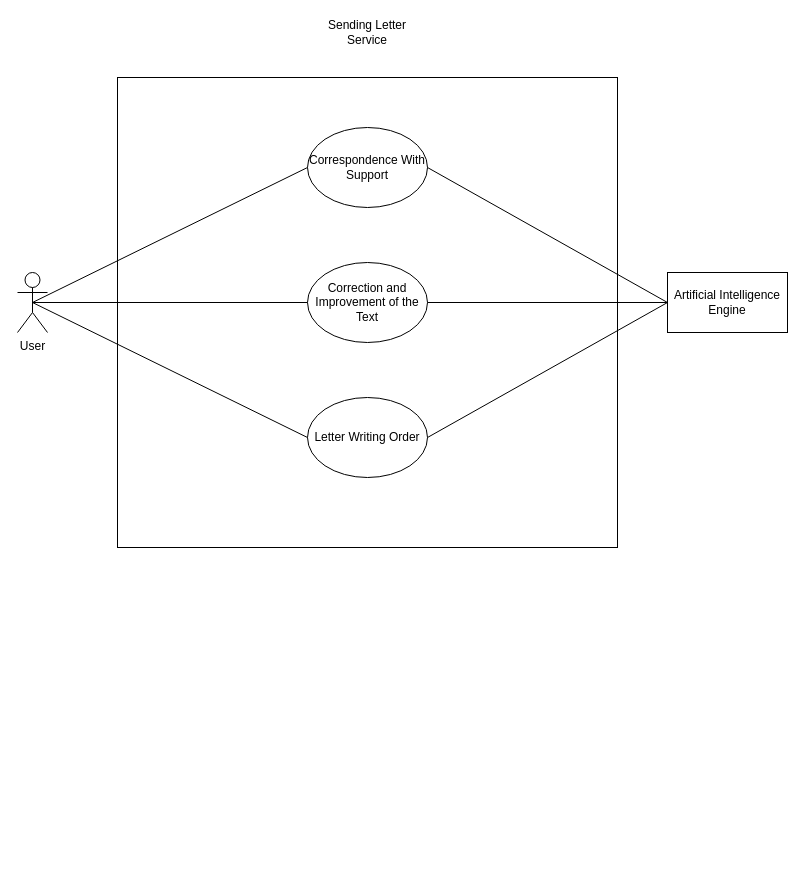
Before: use-case/letter.drawio in arsalanyavari/software-lab, a draw.io diagram. Source tidied: cells renumbered, new cells numbered last; positions are measured from the earlier drawing's top-left corner, leaving out a move shared by most shapes. Both pictures are drawn from the tidied source at 100%, with x=0, y=0 at pixel (17, 17).
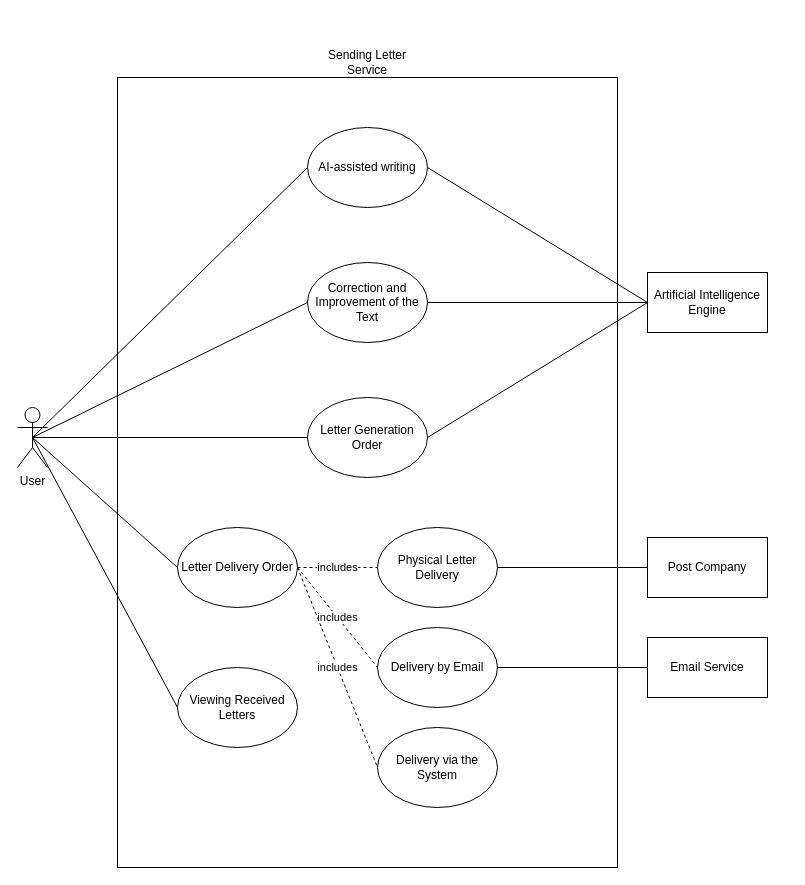
Above is the later version.

The edit, as a diff of the source:
```diff
@@
     <mxCell id="2" style="rounded=0;whiteSpace=wrap;html=1;" parent="1" vertex="1">
-      <mxGeometry x="100" y="60" width="500" height="470" as="geometry" />
+      <mxGeometry x="100" y="60" width="500" height="790" as="geometry" />
     </mxCell>
     <mxCell id="3" value="Sending Letter Service" style="text;html=1;strokeColor=none;fillColor=none;align=center;verticalAlign=middle;whiteSpace=wrap;rounded=0;" parent="1" vertex="1">
-      <mxGeometry x="300" width="100" height="30" as="geometry" />
+      <mxGeometry x="300" y="30" width="100" height="30" as="geometry" />
     </mxCell>
+    <mxCell id="15" style="rounded=0;jettySize=auto;html=1;entryX=0;entryY=0.5;entryDx=0;entryDy=0;endArrow=none;endFill=0;exitX=0.5;exitY=0.5;exitDx=0;exitDy=0;exitPerimeter=0;" parent="1" edge="1" source="4" target="20">
+      <mxGeometry relative="1" as="geometry" />
+    </mxCell>
+    <mxCell id="16" style="edgeStyle=none;rounded=0;jettySize=auto;html=1;exitX=0.5;exitY=0.5;exitDx=0;exitDy=0;exitPerimeter=0;entryX=0;entryY=0.5;entryDx=0;entryDy=0;endArrow=none;endFill=0;" parent="1" edge="1" source="4" target="24">
+      <mxGeometry relative="1" as="geometry" />
+    </mxCell>
     <mxCell id="4" value="User" style="shape=umlActor;verticalLabelPosition=bottom;verticalAlign=top;html=1;outlineConnect=0;" parent="1" vertex="1">
-      <mxGeometry y="255" width="30" height="60" as="geometry" />
+      <mxGeometry y="390" width="30" height="60" as="geometry" />
     </mxCell>
     <mxCell id="5" value="Artificial Intelligence Engine" style="rounded=0;whiteSpace=wrap;html=1;" parent="1" vertex="1">
-      <mxGeometry x="650" y="255" width="120" height="60" as="geometry" />
+      <mxGeometry x="630" y="255" width="120" height="60" as="geometry" />
     </mxCell>
-    <mxCell id="6" value="Letter Writing Order" style="ellipse;whiteSpace=wrap;html=1;" parent="1" vertex="1">
+    <mxCell id="6" value="Letter Generation Order" style="ellipse;whiteSpace=wrap;html=1;" parent="1" vertex="1">
       <mxGeometry x="290" y="380" width="120" height="80" as="geometry" />
     </mxCell>
-    <mxCell id="7" value="Correspondence With Support" style="ellipse;whiteSpace=wrap;html=1;" parent="1" vertex="1">
+    <mxCell id="7" value="AI-assisted writing" style="ellipse;whiteSpace=wrap;html=1;" parent="1" vertex="1">
       <mxGeometry x="290" y="110" width="120" height="80" as="geometry" />
     </mxCell>
@@
+    <mxCell id="17" value="includes" style="edgeStyle=none;rounded=0;jettySize=auto;html=1;endArrow=none;endFill=0;dashed=1;" parent="1" edge="1" source="20" target="21">
+      <mxGeometry relative="1" as="geometry" />
+    </mxCell>
+    <mxCell id="18" value="includes" style="edgeStyle=none;rounded=0;jettySize=auto;html=1;entryX=0;entryY=0.5;entryDx=0;entryDy=0;dashed=1;endArrow=none;endFill=0;exitX=1;exitY=0.5;exitDx=0;exitDy=0;" parent="1" edge="1" source="20" target="22">
+      <mxGeometry relative="1" as="geometry" />
+    </mxCell>
+    <mxCell id="19" value="includes" style="edgeStyle=none;rounded=0;jettySize=auto;html=1;entryX=0;entryY=0.5;entryDx=0;entryDy=0;dashed=1;endArrow=none;endFill=0;exitX=1;exitY=0.5;exitDx=0;exitDy=0;" parent="1" edge="1" source="20" target="23">
+      <mxGeometry relative="1" as="geometry" />
+    </mxCell>
+    <mxCell id="20" value="Letter Delivery Order" style="ellipse;whiteSpace=wrap;html=1;" parent="1" vertex="1">
+      <mxGeometry x="160" y="510" width="120" height="80" as="geometry" />
+    </mxCell>
+    <mxCell id="21" value="Physical Letter Delivery" style="ellipse;whiteSpace=wrap;html=1;" parent="1" vertex="1">
+      <mxGeometry x="360" y="510" width="120" height="80" as="geometry" />
+    </mxCell>
+    <mxCell id="22" value="Delivery by Email" style="ellipse;whiteSpace=wrap;html=1;" parent="1" vertex="1">
+      <mxGeometry x="360" y="610" width="120" height="80" as="geometry" />
+    </mxCell>
+    <mxCell id="23" value="Delivery via the System" style="ellipse;whiteSpace=wrap;html=1;" parent="1" vertex="1">
+      <mxGeometry x="360" y="710" width="120" height="80" as="geometry" />
+    </mxCell>
+    <mxCell id="24" value="Viewing Received Letters" style="ellipse;whiteSpace=wrap;html=1;" parent="1" vertex="1">
+      <mxGeometry x="160" y="650" width="120" height="80" as="geometry" />
+    </mxCell>
+    <mxCell id="25" style="edgeStyle=none;rounded=0;jettySize=auto;html=1;endArrow=none;endFill=0;" parent="1" edge="1" source="26" target="21">
+      <mxGeometry relative="1" as="geometry" />
+    </mxCell>
+    <mxCell id="26" value="Post Company" style="rounded=0;whiteSpace=wrap;html=1;" parent="1" vertex="1">
+      <mxGeometry x="630" y="520" width="120" height="60" as="geometry" />
+    </mxCell>
+    <mxCell id="27" style="edgeStyle=none;rounded=0;jettySize=auto;html=1;entryX=1;entryY=0.5;entryDx=0;entryDy=0;endArrow=none;endFill=0;" parent="1" edge="1" source="28" target="22">
+      <mxGeometry relative="1" as="geometry" />
+    </mxCell>
+    <mxCell id="28" value="Email Service" style="rounded=0;whiteSpace=wrap;html=1;" parent="1" vertex="1">
+      <mxGeometry x="630" y="620" width="120" height="60" as="geometry" />
+    </mxCell>
```
